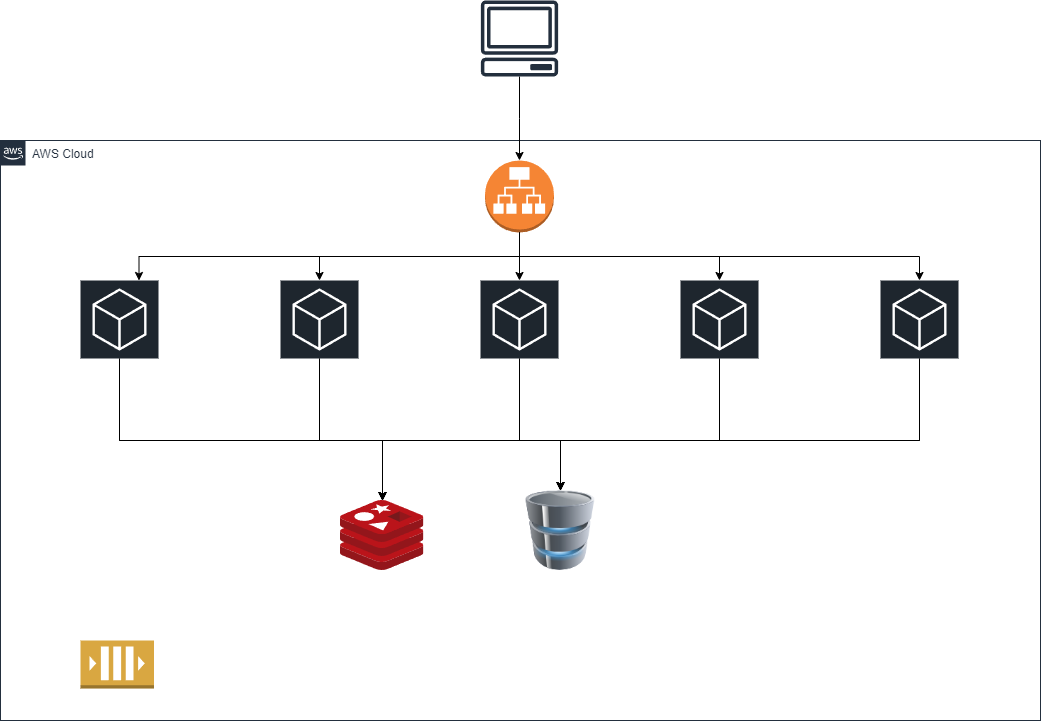
This is kubernets.drawio.png from Guilherme200/api-laravel, a draw.io export, as it was before one commit. Source tidied: cells renumbered, new cells last; positions are measured from the earlier drawing's top-left corner, leaving out a move shared by most shapes.
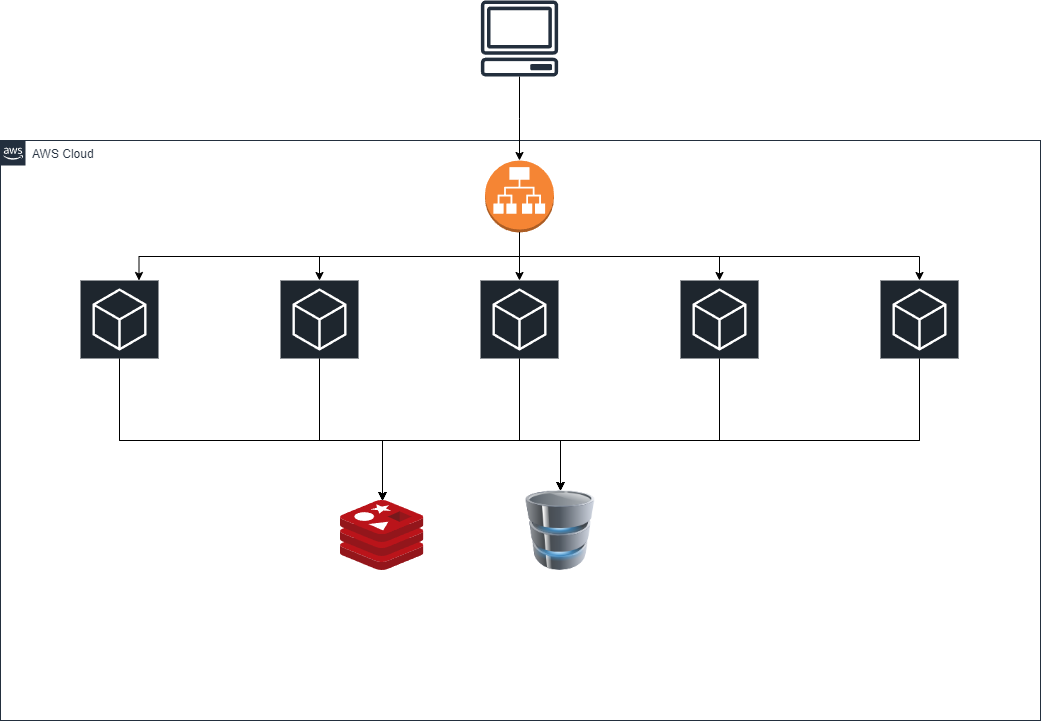
After the commit.

What changed in the source:
```diff
@@ -124,9 +124,6 @@
     <mxCell id="25" style="image;html=1;image=img/lib/clip_art/computers/Database_128x128.png;" parent="2" vertex="1">
       <mxGeometry x="520" y="350" width="80" height="80" as="geometry" />
     </mxCell>
-    <mxCell id="26" style="dashed=0;verticalLabelPosition=bottom;verticalAlign=top;align=center;html=1;shape=mxgraph.aws3.queue;fillColor=#D9A741;gradientColor=none;" parent="2" vertex="1">
-      <mxGeometry x="80" y="500" width="73.5" height="48" as="geometry" />
-    </mxCell>
     <mxCell id="27" style="edgeStyle=orthogonalEdgeStyle;rounded=0;jettySize=auto;html=1;" parent="1" edge="1" source="28" target="5">
       <mxGeometry relative="1" as="geometry" />
     </mxCell>
```
